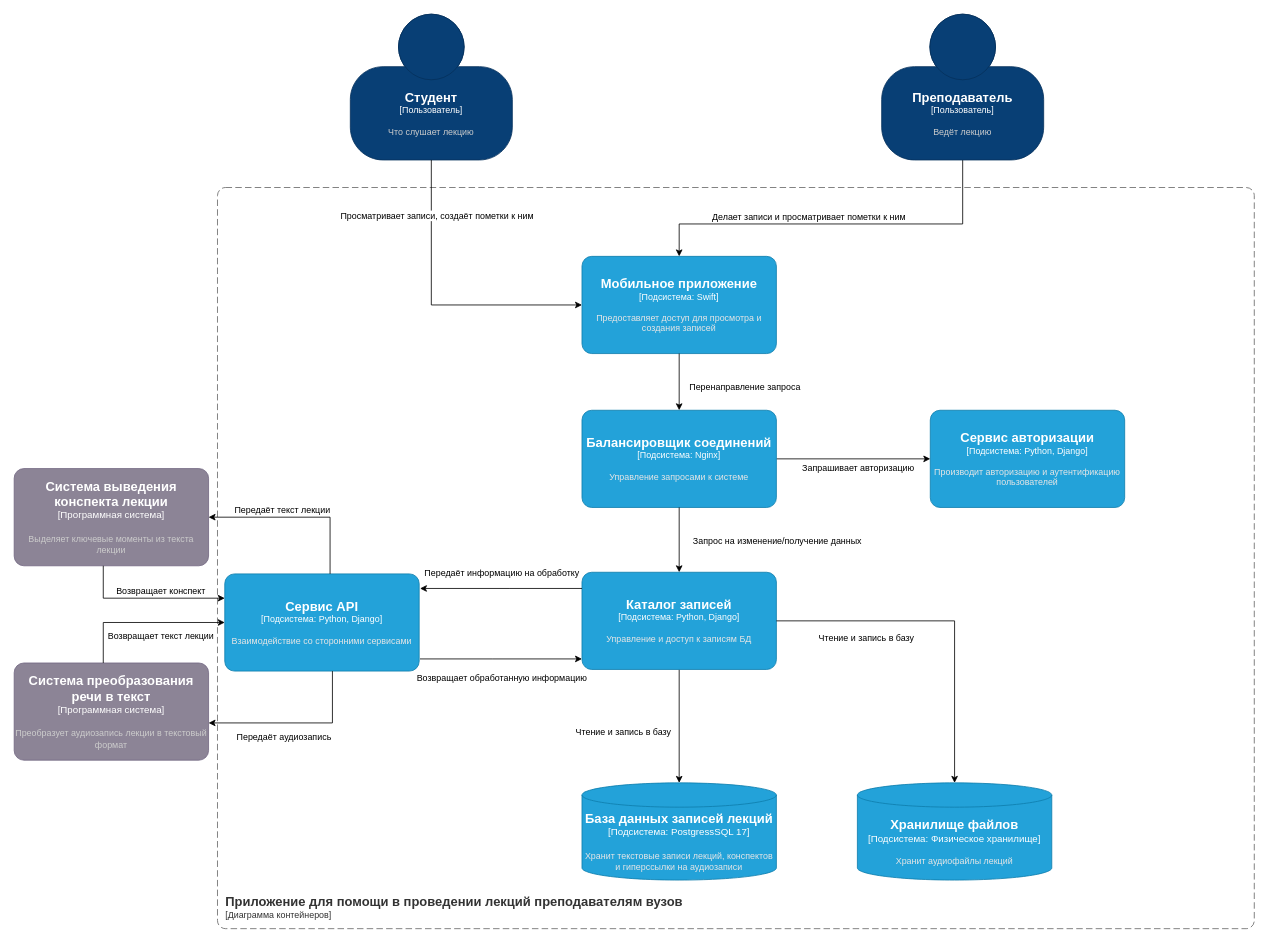
This is Information/DiagrammC2.drawio from DRON5011/PI_41_124318, a draw.io file, before an edit. Source tidied: cells renumbered, new cells numbered last; positions are measured from the earlier drawing's top-left corner, leaving out a move shared by most shapes. Both pictures are drawn from the tidied source at 81%, with x=0, y=0 at pixel (14, 14).
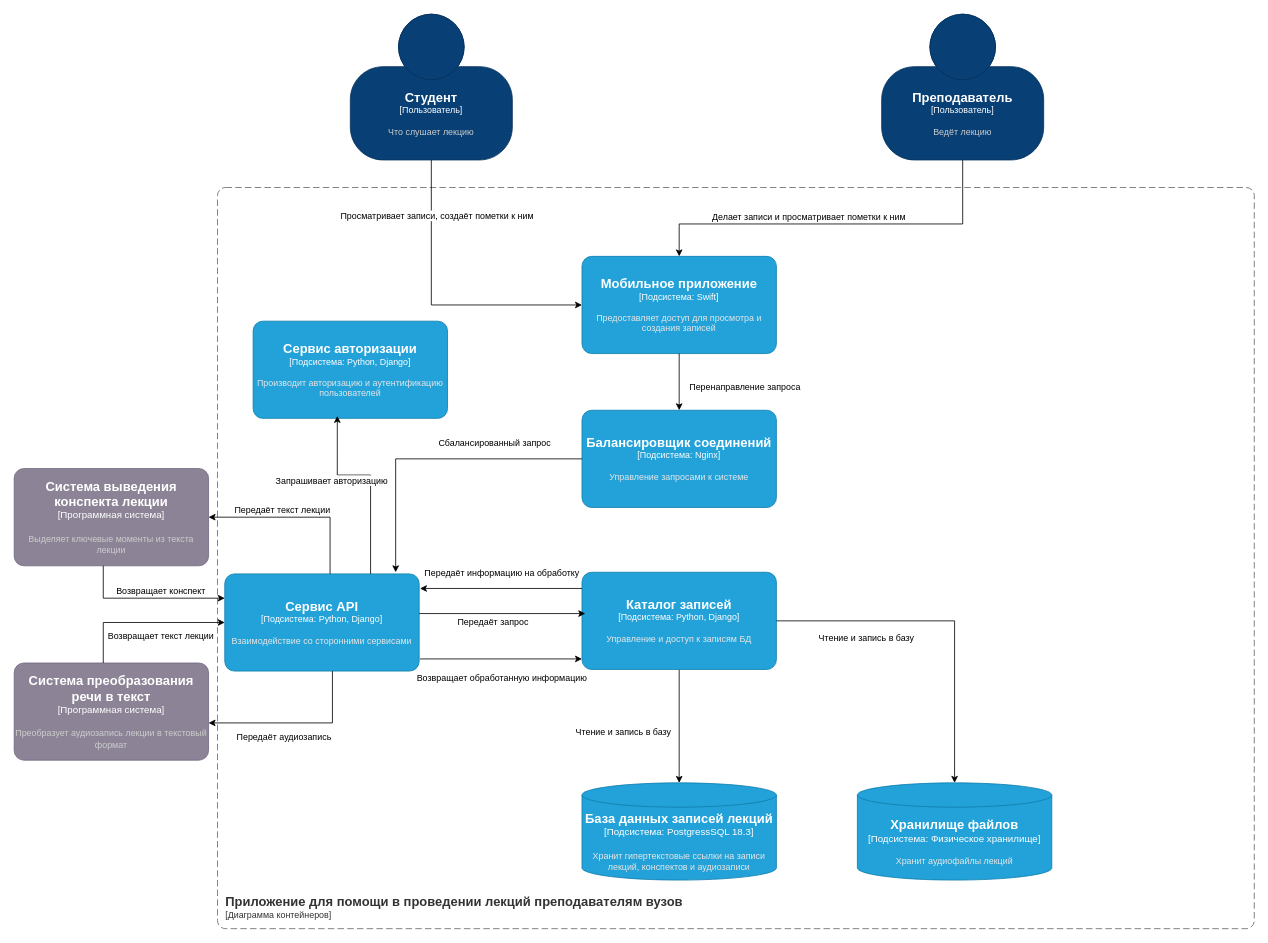
Above is the later version.

Unchanged cells that the change refers to:
```xml
<object id="12" label="&lt;font style=&quot;font-size: 16px&quot;&gt;&lt;b&gt;%c4Name%&lt;/b&gt;&lt;/font&gt;&lt;div&gt;[%c4Type%: %c4Technology%]&lt;/div&gt;&lt;br&gt;&lt;div&gt;&lt;font style=&quot;font-size: 11px&quot;&gt;&lt;font color=&quot;#E6E6E6&quot;&gt;%c4Description%&lt;/font&gt;&lt;/div&gt;" c4Description="Управление и доступ к записям БД" c4Name="Каталог записей" c4Technology="Python, Django" c4Type="Подсистема" placeholders="1">
  <mxCell style="rounded=1;whiteSpace=wrap;html=1;fontSize=11;labelBackgroundColor=none;fillColor=#23A2D9;fontColor=#ffffff;align=center;arcSize=10;strokeColor=#0E7DAD;points=[[0.25,0,0],[0.5,0,0],[0.75,0,0],[1,0.25,0],[1,0.5,0],[1,0.75,0],[0.75,1,0],[0.5,1,0],[0.25,1,0],[0,0.75,0],[0,0.5,0],[0,0.25,0]];" parent="1" vertex="1">
    <mxGeometry x="701" y="689" width="240" height="120" as="geometry" />
  </mxCell>
</object>
<object id="15" label="&lt;font style=&quot;font-size: 16px&quot;&gt;&lt;b&gt;%c4Name%&lt;/b&gt;&lt;/font&gt;&lt;div&gt;[%c4Type%: %c4Technology%]&lt;/div&gt;&lt;br&gt;&lt;div&gt;&lt;font style=&quot;font-size: 11px&quot;&gt;&lt;font color=&quot;#E6E6E6&quot;&gt;%c4Description%&lt;/font&gt;&lt;/div&gt;" c4Description="Взаимодействие со сторонними сервисами" c4Name="Сервис API" c4Technology="Python, Django" c4Type="Подсистема" placeholders="1">
  <mxCell style="rounded=1;whiteSpace=wrap;html=1;fontSize=11;labelBackgroundColor=none;fillColor=#23A2D9;fontColor=#ffffff;align=center;arcSize=10;strokeColor=#0E7DAD;points=[[0.25,0,0],[0.5,0,0],[0.75,0,0],[1,0.25,0],[1,0.5,0],[1,0.75,0],[0.75,1,0],[0.5,1,0],[0.25,1,0],[0,0.75,0],[0,0.5,0],[0,0.25,0]];" parent="1" vertex="1">
    <mxGeometry x="260" y="691" width="240" height="120" as="geometry" />
  </mxCell>
</object>
<object id="32" label="&lt;font style=&quot;font-size: 16px&quot;&gt;&lt;b&gt;%c4Name%&lt;/b&gt;&lt;/font&gt;&lt;div&gt;[%c4Type%: %c4Technology%]&lt;/div&gt;&lt;br&gt;&lt;div&gt;&lt;font style=&quot;font-size: 11px&quot;&gt;&lt;font color=&quot;#E6E6E6&quot;&gt;%c4Description%&lt;/font&gt;&lt;/div&gt;" c4Description="Управление запросами к системе" c4Name="Балансировщик соединений" c4Technology="Nginx" c4Type="Подсистема" placeholders="1">
  <mxCell style="rounded=1;whiteSpace=wrap;html=1;fontSize=11;labelBackgroundColor=none;fillColor=#23A2D9;fontColor=#ffffff;align=center;arcSize=10;strokeColor=#0E7DAD;points=[[0.25,0,0],[0.5,0,0],[0.75,0,0],[1,0.25,0],[1,0.5,0],[1,0.75,0],[0.75,1,0],[0.5,1,0],[0.25,1,0],[0,0.75,0],[0,0.5,0],[0,0.25,0]];" parent="1" vertex="1">
    <mxGeometry x="701" y="489" width="240" height="120" as="geometry" />
  </mxCell>
</object>
```

The edit, as a diff of the source:
```diff
@@
     <object id="9" label="&lt;font style=&quot;font-size: 16px&quot;&gt;&lt;b&gt;%c4Name%&lt;/b&gt;&lt;/font&gt;&lt;div&gt;[%c4Type%: %c4Technology%]&lt;/div&gt;&lt;br&gt;&lt;div&gt;&lt;font style=&quot;font-size: 11px&quot;&gt;&lt;font color=&quot;#E6E6E6&quot;&gt;%c4Description%&lt;/font&gt;&lt;/div&gt;" c4Description="Производит авторизацию и аутентификацию пользователей" c4Name="Сервис авторизации" c4Technology="Python, Django" c4Type="Подсистема" placeholders="1">
       <mxCell style="rounded=1;whiteSpace=wrap;html=1;fontSize=11;labelBackgroundColor=none;fillColor=#23A2D9;fontColor=#ffffff;align=center;arcSize=10;strokeColor=#0E7DAD;points=[[0.25,0,0],[0.5,0,0],[0.75,0,0],[1,0.25,0],[1,0.5,0],[1,0.75,0],[0.75,1,0],[0.5,1,0],[0.25,1,0],[0,0.75,0],[0,0.5,0],[0,0.25,0]];" parent="1" vertex="1">
-        <mxGeometry x="1131" y="489" width="240" height="120" as="geometry" />
+        <mxGeometry x="295" y="379" width="240" height="120" as="geometry" />
       </mxCell>
     </object>
@@
-    <object id="13" label="&lt;font style=&quot;font-size: 16px&quot;&gt;&lt;b&gt;%c4Name%&lt;/b&gt;&lt;/font&gt;&lt;div&gt;[%c4Type%:&amp;nbsp;%c4Technology%]&lt;/div&gt;&lt;br&gt;&lt;div&gt;&lt;font style=&quot;font-size: 11px&quot;&gt;&lt;font color=&quot;#E6E6E6&quot;&gt;%c4Description%&lt;/font&gt;&lt;/div&gt;" c4Description="Хранит текстовые записи лекций, конспектов и гиперссылки на аудиозаписи" c4Name="База данных записей лекций" c4Technology="PostgressSQL 17" c4Type="Подсистема" placeholders="1">
+    <object id="13" label="&lt;font style=&quot;font-size: 16px&quot;&gt;&lt;b&gt;%c4Name%&lt;/b&gt;&lt;/font&gt;&lt;div&gt;[%c4Type%:&amp;nbsp;%c4Technology%]&lt;/div&gt;&lt;br&gt;&lt;div&gt;&lt;font style=&quot;font-size: 11px&quot;&gt;&lt;font color=&quot;#E6E6E6&quot;&gt;%c4Description%&lt;/font&gt;&lt;/div&gt;" c4Description="Хранит гипертекстовые ссылки на записи лекций, конспектов и аудиозаписи" c4Name="База данных записей лекций" c4Technology="PostgressSQL 18.3" c4Type="Подсистема" placeholders="1">
       <mxCell style="shape=cylinder3;size=15;whiteSpace=wrap;html=1;boundedLbl=1;rounded=0;labelBackgroundColor=none;fillColor=#23A2D9;fontSize=12;fontColor=#ffffff;align=center;strokeColor=#0E7DAD;points=[[0.5,0,0],[1,0.25,0],[1,0.5,0],[1,0.75,0],[0.5,1,0],[0,0.75,0],[0,0.5,0],[0,0.25,0]];" parent="1" vertex="1">
         <mxGeometry x="701" y="949" width="240" height="120" as="geometry" />
       </mxCell>
     </object>
@@
+    <mxCell id="40" style="edgeStyle=orthogonalEdgeStyle;rounded=0;jettySize=auto;html=1;entryX=0.017;entryY=0.425;entryDx=0;entryDy=0;entryPerimeter=0;" parent="1" edge="1" target="12">
+      <mxGeometry relative="1" as="geometry">
+        <mxPoint x="500" y="739" as="sourcePoint" />
+        <Array as="points">
+          <mxPoint x="500" y="740" />
+        </Array>
+      </mxGeometry>
+    </mxCell>
+    <mxCell id="41" value="Передаёт запрос" style="edgeLabel;html=1;align=center;verticalAlign=middle;" parent="40" vertex="1">
+      <mxGeometry x="-0.12" y="-3" relative="1" as="geometry">
+        <mxPoint y="6" as="offset" />
+      </mxGeometry>
+    </mxCell>
@@
-    <mxCell id="18" style="edgeStyle=orthogonalEdgeStyle;rounded=0;jettySize=auto;html=1;entryX=0;entryY=0.5;entryDx=0;entryDy=0;entryPerimeter=0;exitX=1;exitY=0.5;exitDx=0;exitDy=0;exitPerimeter=0;" parent="1" edge="1" source="32" target="9">
-      <mxGeometry relative="1" as="geometry" />
+    <mxCell id="18" style="edgeStyle=orthogonalEdgeStyle;rounded=0;jettySize=auto;html=1;exitX=0.75;exitY=0;exitDx=0;exitDy=0;exitPerimeter=0;entryX=0.433;entryY=0.975;entryDx=0;entryDy=0;entryPerimeter=0;" parent="1" edge="1" source="15" target="9">
+      <mxGeometry relative="1" as="geometry">
+        <Array as="points">
+          <mxPoint x="440" y="569" />
+          <mxPoint x="399" y="569" />
+        </Array>
+      </mxGeometry>
     </mxCell>
@@
     <mxCell id="20" style="edgeStyle=orthogonalEdgeStyle;rounded=0;orthogonalLoop=1;jettySize=auto;html=1;entryX=1;entryY=0.5;entryDx=0;entryDy=0;entryPerimeter=0;" parent="1" edge="1">
       <mxGeometry relative="1" as="geometry">
         <mxPoint x="701" y="709" as="sourcePoint" />
         <mxPoint x="501" y="709" as="targetPoint" />
         <Array as="points">
-          <mxPoint x="611" y="709" />
-          <mxPoint x="611" y="709" />
+          <mxPoint x="601" y="709" />
+          <mxPoint x="601" y="709" />
         </Array>
       </mxGeometry>
     </mxCell>
@@
-    <mxCell id="35" style="edgeStyle=orthogonalEdgeStyle;rounded=0;jettySize=auto;html=1;entryX=0.5;entryY=0;entryDx=0;entryDy=0;entryPerimeter=0;" parent="1" edge="1" source="32" target="12">
-      <mxGeometry relative="1" as="geometry" />
+    <mxCell id="35" style="edgeStyle=orthogonalEdgeStyle;rounded=0;jettySize=auto;html=1;" parent="1" edge="1" source="32">
+      <mxGeometry relative="1" as="geometry">
+        <mxPoint x="471" y="689" as="targetPoint" />
+        <Array as="points">
+          <mxPoint x="471" y="549" />
+        </Array>
+      </mxGeometry>
     </mxCell>
-    <mxCell id="36" value="Запрос на изменение/получение данных" style="edgeLabel;html=1;align=center;verticalAlign=middle;" parent="35" vertex="1">
+    <mxCell id="36" value="Сбалансированный запрос" style="edgeLabel;html=1;align=center;verticalAlign=middle;" parent="35" vertex="1">
       <mxGeometry x="0.07" y="-3" relative="1" as="geometry">
-        <mxPoint x="123" y="-3" as="offset" />
+        <mxPoint x="89" y="-17" as="offset" />
       </mxGeometry>
     </mxCell>
```
